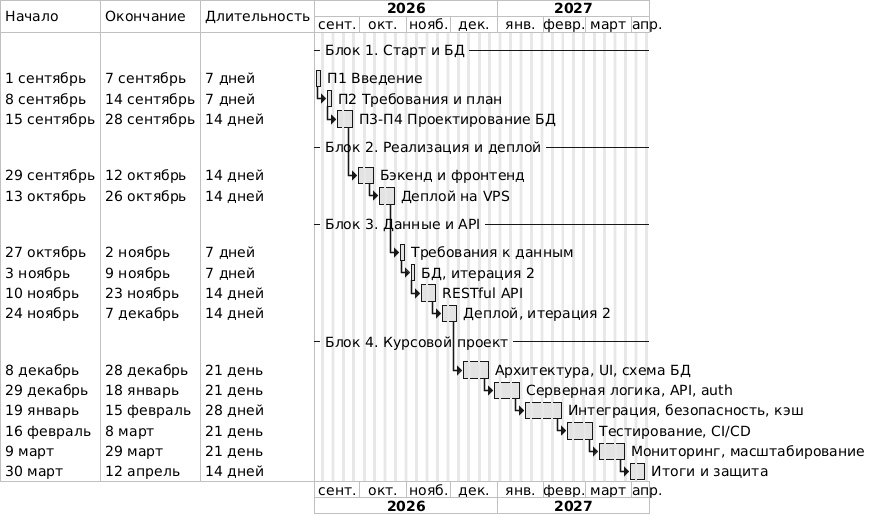
This is docs/diagrams/png/pr1-roadmap.png from hosjpps/gpu-rent, a PlantUML export, as it was before one commit. Its diagram source:
```plantuml
@startgantt
skinparam monochrome true
skinparam defaultFontName Arial
skinparam defaultFontSize 14
language ru
printscale monthly
Project starts 2026-09-01
saturday are closed
sunday are closed

-- Блок 1. Старт и БД --
[П1 Введение] as [A1] lasts 1 week
[П2 Требования и план] as [A2] lasts 1 week
[A2] starts at [A1]'s end
[П3-П4 Проектирование БД] as [A3] lasts 2 weeks
[A3] starts at [A2]'s end
-- Блок 2. Реализация и деплой --
[Бэкенд и фронтенд] as [A4] lasts 2 weeks
[A4] starts at [A3]'s end
[Деплой на VPS] as [A5] lasts 2 weeks
[A5] starts at [A4]'s end
-- Блок 3. Данные и API --
[Требования к данным] as [A6] lasts 1 week
[A6] starts at [A5]'s end
[БД, итерация 2] as [A7] lasts 1 week
[A7] starts at [A6]'s end
[RESTful API] as [A8] lasts 2 weeks
[A8] starts at [A7]'s end
[Деплой, итерация 2] as [A9] lasts 2 weeks
[A9] starts at [A8]'s end
-- Блок 4. Курсовой проект --
[Архитектура, UI, схема БД] as [B1] lasts 3 weeks
[B1] starts at [A9]'s end
[Серверная логика, API, auth] as [B2] lasts 3 weeks
[B2] starts at [B1]'s end
[Интеграция, безопасность, кэш] as [B3] lasts 4 weeks
[B3] starts at [B2]'s end
[Тестирование, CI/CD] as [B4] lasts 3 weeks
[B4] starts at [B3]'s end
[Мониторинг, масштабирование] as [B5] lasts 3 weeks
[B5] starts at [B4]'s end
[Итоги и защита] as [B6] lasts 2 weeks
[B6] starts at [B5]'s end
@endgantt
```
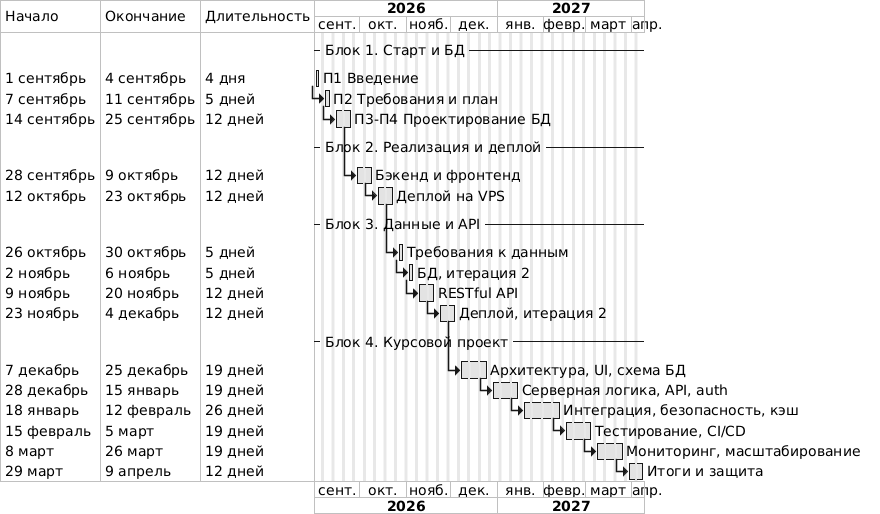
After the change.

Diff of the diagram source:
```diff
@@ -9,7 +9,7 @@
 sunday are closed
 
 -- Блок 1. Старт и БД --
-[П1 Введение] as [A1] lasts 1 week
+[П1 Введение] as [A1] lasts 4 days
 [П2 Требования и план] as [A2] lasts 1 week
 [A2] starts at [A1]'s end
 [П3-П4 Проектирование БД] as [A3] lasts 2 weeks
```
